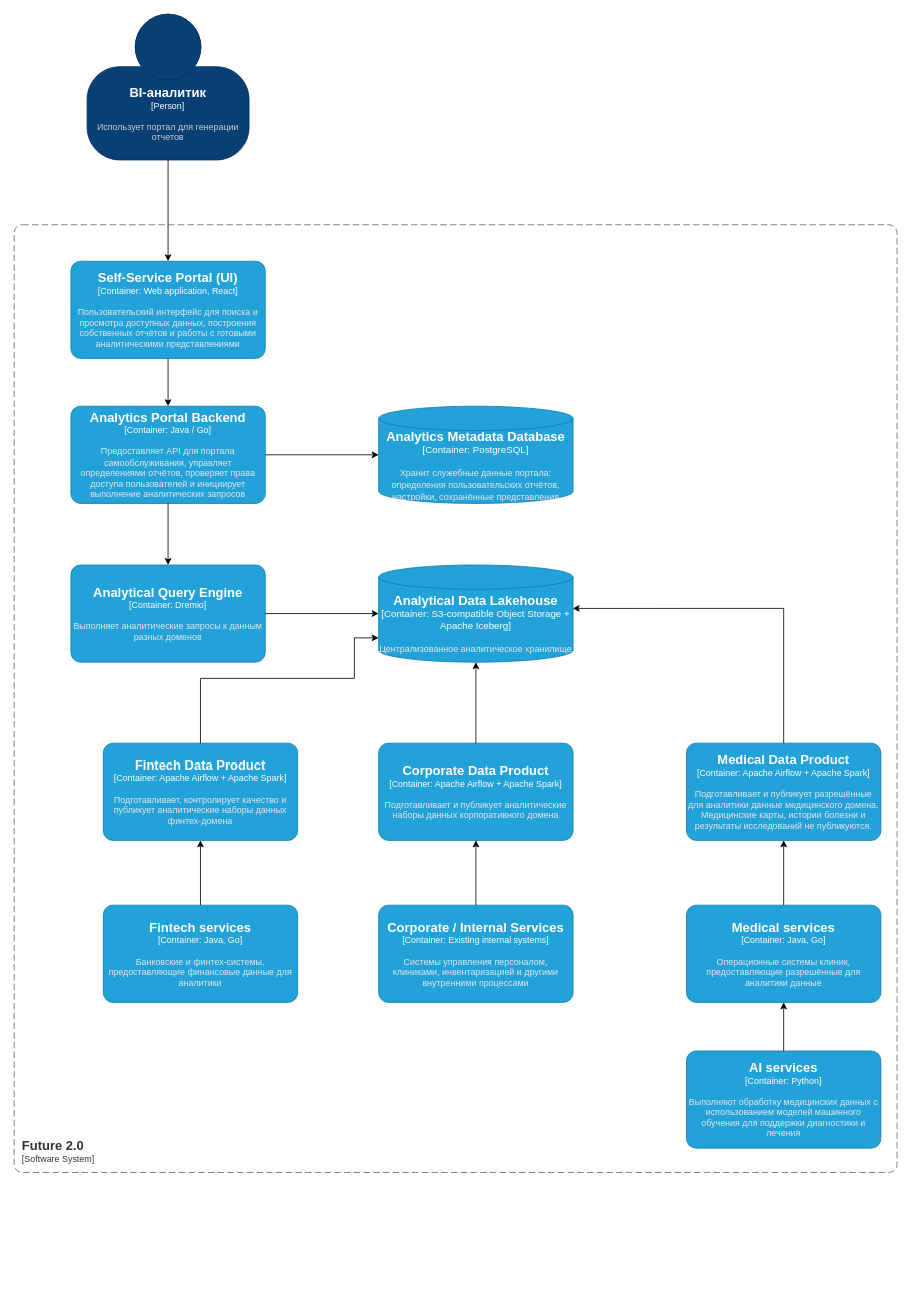
The draw.io diagram Task1/с4-containers.drawio in nastarkov/architecture-future_2_0, before the edit. Source tidied: cells renumbered, new cells numbered last; positions are measured from the earlier drawing's top-left corner, leaving out a move shared by most shapes. Both pictures are drawn from the tidied source at 81%, with x=0, y=0 at pixel (14, 14).
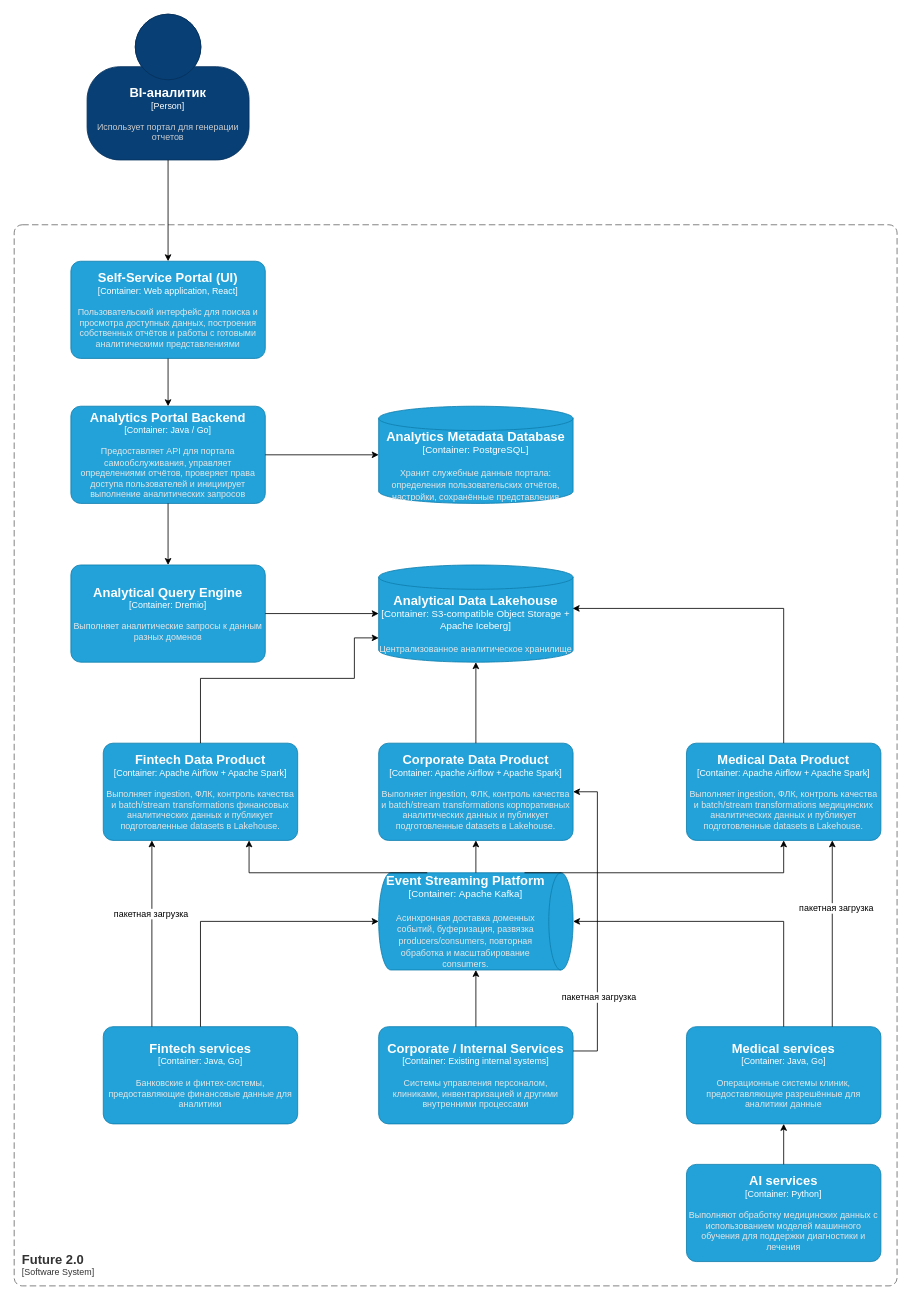
The same diagram, later.

Commit message:
Update Task1 container diagram

Diff of the diagram source:
```diff
@@
     <object id="3" label="&lt;font style=&quot;font-size: 16px&quot;&gt;&lt;b&gt;&lt;div style=&quot;text-align: left&quot;&gt;%c4Name%&lt;/div&gt;&lt;/b&gt;&lt;/font&gt;&lt;div style=&quot;text-align: left&quot;&gt;[%c4Application%]&lt;/div&gt;" c4Application="Software System" c4Name="Future 2.0" placeholders="1">
       <mxCell style="rounded=1;fontSize=11;whiteSpace=wrap;html=1;dashed=1;arcSize=20;fillColor=none;strokeColor=#666666;fontColor=#333333;labelBackgroundColor=none;align=left;verticalAlign=bottom;labelBorderColor=none;spacingTop=0;spacing=10;dashPattern=8 4;perimeter=rectanglePerimeter;noLabel=0;labelPadding=0;absoluteArcSize=1;" parent="1" vertex="1">
-        <mxGeometry y="260" width="1090" height="1170" as="geometry" />
+        <mxGeometry y="260" width="1090" height="1310" as="geometry" />
       </mxCell>
     </object>
@@
     <object id="14" label="&lt;font style=&quot;font-size: 16px&quot;&gt;&lt;b&gt;%c4Name%&lt;/b&gt;&lt;/font&gt;&lt;div&gt;[%c4Type%: %c4Technology%]&lt;/div&gt;&lt;br&gt;&lt;div&gt;&lt;font style=&quot;font-size: 11px&quot;&gt;&lt;font color=&quot;#E6E6E6&quot;&gt;%c4Description%&lt;/font&gt;&lt;/div&gt;" c4Description="Системы управления персоналом, клиниками, инвентаризацией и другими внутренними процессами" c4Name="Corporate / Internal Services" c4Technology="Existing internal systems" c4Type="Container" placeholders="1">
       <mxCell style="rounded=1;whiteSpace=wrap;html=1;fontSize=11;labelBackgroundColor=none;fillColor=#23A2D9;fontColor=#ffffff;align=center;arcSize=10;strokeColor=#0E7DAD;points=[[0.25,0,0],[0.5,0,0],[0.75,0,0],[1,0.25,0],[1,0.5,0],[1,0.75,0],[0.75,1,0],[0.5,1,0],[0.25,1,0],[0,0.75,0],[0,0.5,0],[0,0.25,0]];" parent="1" vertex="1">
-        <mxGeometry x="450" y="1100" width="240" height="120" as="geometry" />
+        <mxGeometry x="450" y="1250" width="240" height="120" as="geometry" />
       </mxCell>
     </object>
     <object id="15" label="&lt;font style=&quot;font-size: 16px&quot;&gt;&lt;b&gt;%c4Name%&lt;/b&gt;&lt;/font&gt;&lt;div&gt;[%c4Type%: %c4Technology%]&lt;/div&gt;&lt;br&gt;&lt;div&gt;&lt;font style=&quot;font-size: 11px&quot;&gt;&lt;font color=&quot;#E6E6E6&quot;&gt;%c4Description%&lt;/font&gt;&lt;/div&gt;" c4Description="Банковские и финтех-системы, предоставляющие финансовые данные для аналитики" c4Name="Fintech services" c4Technology="Java, Go" c4Type="Container" placeholders="1">
       <mxCell style="rounded=1;whiteSpace=wrap;html=1;fontSize=11;labelBackgroundColor=none;fillColor=#23A2D9;fontColor=#ffffff;align=center;arcSize=10;strokeColor=#0E7DAD;points=[[0.25,0,0],[0.5,0,0],[0.75,0,0],[1,0.25,0],[1,0.5,0],[1,0.75,0],[0.75,1,0],[0.5,1,0],[0.25,1,0],[0,0.75,0],[0,0.5,0],[0,0.25,0]];" parent="1" vertex="1">
-        <mxGeometry x="110" y="1100" width="240" height="120" as="geometry" />
+        <mxGeometry x="110" y="1250" width="240" height="120" as="geometry" />
       </mxCell>
     </object>
     <object id="16" label="&lt;font style=&quot;font-size: 16px&quot;&gt;&lt;b&gt;%c4Name%&lt;/b&gt;&lt;/font&gt;&lt;div&gt;[%c4Type%: %c4Technology%]&lt;/div&gt;&lt;br&gt;&lt;div&gt;&lt;font style=&quot;font-size: 11px&quot;&gt;&lt;font color=&quot;#E6E6E6&quot;&gt;%c4Description%&lt;/font&gt;&lt;/div&gt;" c4Description="Операционные системы клиник, предоставляющие разрешённые для аналитики данные" c4Name="Medical services" c4Technology="Java, Go" c4Type="Container" placeholders="1">
       <mxCell style="rounded=1;whiteSpace=wrap;html=1;fontSize=11;labelBackgroundColor=none;fillColor=#23A2D9;fontColor=#ffffff;align=center;arcSize=10;strokeColor=#0E7DAD;points=[[0.25,0,0],[0.5,0,0],[0.75,0,0],[1,0.25,0],[1,0.5,0],[1,0.75,0],[0.75,1,0],[0.5,1,0],[0.25,1,0],[0,0.75,0],[0,0.5,0],[0,0.25,0]];" parent="1" vertex="1">
-        <mxGeometry x="830" y="1100" width="240" height="120" as="geometry" />
+        <mxGeometry x="830" y="1250" width="240" height="120" as="geometry" />
       </mxCell>
     </object>
     <object id="17" label="&lt;font style=&quot;font-size: 16px&quot;&gt;&lt;b&gt;%c4Name%&lt;/b&gt;&lt;/font&gt;&lt;div&gt;[%c4Type%: %c4Technology%]&lt;/div&gt;&lt;br&gt;&lt;div&gt;&lt;font style=&quot;font-size: 11px&quot;&gt;&lt;font color=&quot;#E6E6E6&quot;&gt;%c4Description%&lt;/font&gt;&lt;/div&gt;" c4Description="Выполняют обработку медицинских данных с использованием моделей машинного обучения для поддержки диагностики и лечения" c4Name="AI services" c4Technology="Python" c4Type="Container" placeholders="1">
       <mxCell style="rounded=1;whiteSpace=wrap;html=1;fontSize=11;labelBackgroundColor=none;fillColor=#23A2D9;fontColor=#ffffff;align=center;arcSize=10;strokeColor=#0E7DAD;points=[[0.25,0,0],[0.5,0,0],[0.75,0,0],[1,0.25,0],[1,0.5,0],[1,0.75,0],[0.75,1,0],[0.5,1,0],[0.25,1,0],[0,0.75,0],[0,0.5,0],[0,0.25,0]];" parent="1" vertex="1">
-        <mxGeometry x="830" y="1280" width="240" height="120" as="geometry" />
+        <mxGeometry x="830" y="1420" width="240" height="120" as="geometry" />
       </mxCell>
     </object>
@@
-    <object id="19" label="&lt;font style=&quot;font-size: 16px&quot;&gt;&lt;b&gt;%c4Name%&lt;/b&gt;&lt;/font&gt;&lt;div&gt;[%c4Type%: %c4Technology%]&lt;/div&gt;&lt;br&gt;&lt;div&gt;&lt;font style=&quot;font-size: 11px&quot;&gt;&lt;font color=&quot;#E6E6E6&quot;&gt;%c4Description%&lt;/font&gt;&lt;/div&gt;" c4Description="Подготавливает, контролирует качество и публикует аналитические наборы данных финтех-домена" c4Name="Fintech Data Product" c4Technology="Apache Airflow + Apache Spark" c4Type="Container" placeholders="1">
+    <object id="19" label="&lt;font style=&quot;font-size: 16px&quot;&gt;&lt;b&gt;%c4Name%&lt;/b&gt;&lt;/font&gt;&lt;div&gt;[%c4Type%: %c4Technology%]&lt;/div&gt;&lt;br&gt;&lt;div&gt;&lt;font style=&quot;font-size: 11px&quot;&gt;&lt;font color=&quot;#E6E6E6&quot;&gt;%c4Description%&lt;/font&gt;&lt;/div&gt;" c4Description="Выполняет ingestion, ФЛК, контроль качества и batch/stream transformations финансовых аналитических данных и публикует подготовленные datasets в Lakehouse." c4Name="Fintech Data Product" c4Technology="Apache Airflow + Apache Spark" c4Type="Container" placeholders="1">
       <mxCell style="rounded=1;whiteSpace=wrap;html=1;fontSize=11;labelBackgroundColor=none;fillColor=#23A2D9;fontColor=#ffffff;align=center;arcSize=10;strokeColor=#0E7DAD;points=[[0.25,0,0],[0.5,0,0],[0.75,0,0],[1,0.25,0],[1,0.5,0],[1,0.75,0],[0.75,1,0],[0.5,1,0],[0.25,1,0],[0,0.75,0],[0,0.5,0],[0,0.25,0]];" parent="1" vertex="1">
         <mxGeometry x="110" y="900" width="240" height="120" as="geometry" />
       </mxCell>
     </object>
-    <mxCell id="20" style="edgeStyle=orthogonalEdgeStyle;rounded=0;jettySize=auto;html=1;entryX=0.5;entryY=1;entryDx=0;entryDy=0;entryPerimeter=0;" parent="1" edge="1" source="15" target="19">
-      <mxGeometry relative="1" as="geometry" />
+    <mxCell id="20" style="edgeStyle=orthogonalEdgeStyle;rounded=0;jettySize=auto;html=1;entryX=0.5;entryY=1;entryDx=0;entryDy=0;entryPerimeter=0;" parent="1" edge="1" source="15" target="28">
+      <mxGeometry relative="1" as="geometry">
+        <Array as="points">
+          <mxPoint x="230" y="1120" />
+        </Array>
+      </mxGeometry>
     </mxCell>
-    <object id="21" label="&lt;font style=&quot;font-size: 16px&quot;&gt;&lt;b&gt;%c4Name%&lt;/b&gt;&lt;/font&gt;&lt;div&gt;[%c4Type%: %c4Technology%]&lt;/div&gt;&lt;br&gt;&lt;div&gt;&lt;font style=&quot;font-size: 11px&quot;&gt;&lt;font color=&quot;#E6E6E6&quot;&gt;%c4Description%&lt;/font&gt;&lt;/div&gt;" c4Description="Подготавливает и публикует аналитические наборы данных корпоративного домена" c4Name="Corporate Data Product" c4Technology="Apache Airflow + Apache Spark" c4Type="Container" placeholders="1">
+    <object id="21" label="&lt;font style=&quot;font-size: 16px&quot;&gt;&lt;b&gt;%c4Name%&lt;/b&gt;&lt;/font&gt;&lt;div&gt;[%c4Type%: %c4Technology%]&lt;/div&gt;&lt;br&gt;&lt;div&gt;&lt;font style=&quot;font-size: 11px&quot;&gt;&lt;font color=&quot;#E6E6E6&quot;&gt;%c4Description%&lt;/font&gt;&lt;/div&gt;" c4Description="Выполняет ingestion, ФЛК, контроль качества и batch/stream transformations корпоративных аналитических данных и публикует подготовленные datasets в Lakehouse." c4Name="Corporate Data Product" c4Technology="Apache Airflow + Apache Spark" c4Type="Container" placeholders="1">
       <mxCell style="rounded=1;whiteSpace=wrap;html=1;fontSize=11;labelBackgroundColor=none;fillColor=#23A2D9;fontColor=#ffffff;align=center;arcSize=10;strokeColor=#0E7DAD;points=[[0.25,0,0],[0.5,0,0],[0.75,0,0],[1,0.25,0],[1,0.5,0],[1,0.75,0],[0.75,1,0],[0.5,1,0],[0.25,1,0],[0,0.75,0],[0,0.5,0],[0,0.25,0]];" parent="1" vertex="1">
         <mxGeometry x="450" y="900" width="240" height="120" as="geometry" />
       </mxCell>
     </object>
-    <object id="22" label="&lt;font style=&quot;font-size: 16px&quot;&gt;&lt;b&gt;%c4Name%&lt;/b&gt;&lt;/font&gt;&lt;div&gt;[%c4Type%: %c4Technology%]&lt;/div&gt;&lt;br&gt;&lt;div&gt;&lt;font style=&quot;font-size: 11px&quot;&gt;&lt;font color=&quot;#E6E6E6&quot;&gt;%c4Description%&lt;/font&gt;&lt;/div&gt;" c4Description="Подготавливает и публикует разрешённые для аналитики данные медицинского домена. Медицинские карты, истории болезни и результаты исследований не публикуются." c4Name="Medical Data Product" c4Technology="Apache Airflow + Apache Spark" c4Type="Container" placeholders="1">
+    <object id="22" label="&lt;font style=&quot;font-size: 16px&quot;&gt;&lt;b&gt;%c4Name%&lt;/b&gt;&lt;/font&gt;&lt;div&gt;[%c4Type%: %c4Technology%]&lt;/div&gt;&lt;br&gt;&lt;div&gt;&lt;font style=&quot;font-size: 11px&quot;&gt;&lt;font color=&quot;#E6E6E6&quot;&gt;%c4Description%&lt;/font&gt;&lt;/div&gt;" c4Description="Выполняет ingestion, ФЛК, контроль качества и batch/stream transformations медицинских аналитических данных и публикует подготовленные datasets в Lakehouse." c4Name="Medical Data Product" c4Technology="Apache Airflow + Apache Spark" c4Type="Container" placeholders="1">
       <mxCell style="rounded=1;whiteSpace=wrap;html=1;fontSize=11;labelBackgroundColor=none;fillColor=#23A2D9;fontColor=#ffffff;align=center;arcSize=10;strokeColor=#0E7DAD;points=[[0.25,0,0],[0.5,0,0],[0.75,0,0],[1,0.25,0],[1,0.5,0],[1,0.75,0],[0.75,1,0],[0.5,1,0],[0.25,1,0],[0,0.75,0],[0,0.5,0],[0,0.25,0]];" parent="1" vertex="1">
         <mxGeometry x="830" y="900" width="240" height="120" as="geometry" />
       </mxCell>
     </object>
-    <mxCell id="23" style="edgeStyle=orthogonalEdgeStyle;rounded=0;jettySize=auto;html=1;entryX=0.5;entryY=1;entryDx=0;entryDy=0;entryPerimeter=0;" parent="1" edge="1" source="14" target="21">
-      <mxGeometry relative="1" as="geometry" />
-    </mxCell>
-    <mxCell id="24" style="edgeStyle=orthogonalEdgeStyle;rounded=0;jettySize=auto;html=1;entryX=0.5;entryY=1;entryDx=0;entryDy=0;entryPerimeter=0;" parent="1" edge="1" source="16" target="22">
-      <mxGeometry relative="1" as="geometry" />
+    <mxCell id="24" style="edgeStyle=orthogonalEdgeStyle;rounded=0;jettySize=auto;html=1;entryX=0.5;entryY=0;entryDx=0;entryDy=0;entryPerimeter=0;" parent="1" edge="1" source="16" target="28">
+      <mxGeometry relative="1" as="geometry">
+        <Array as="points">
+          <mxPoint x="950" y="1120" />
+        </Array>
+      </mxGeometry>
     </mxCell>
@@
+    <object id="28" label="&lt;font style=&quot;font-size: 16px&quot;&gt;&lt;b&gt;%c4Name%&lt;/b&gt;&lt;/font&gt;&lt;div&gt;[%c4Type%:&amp;nbsp;%c4Technology%]&lt;/div&gt;&lt;br&gt;&lt;div&gt;&lt;font style=&quot;font-size: 11px&quot;&gt;&lt;font color=&quot;#E6E6E6&quot;&gt;%c4Description%&lt;/font&gt;&lt;/div&gt;" c4Description="Асинхронная доставка доменных событий, буферизация, развязка producers/consumers, повторная обработка и масштабирование consumers." c4Name="Event Streaming Platform" c4Technology="Apache Kafka" c4Type="Container" placeholders="1">
+      <mxCell style="shape=cylinder3;size=15;direction=south;whiteSpace=wrap;html=1;boundedLbl=1;rounded=0;labelBackgroundColor=none;fillColor=#23A2D9;fontSize=12;fontColor=#ffffff;align=center;strokeColor=#0E7DAD;points=[[0.5,0,0],[1,0.25,0],[1,0.5,0],[1,0.75,0],[0.5,1,0],[0,0.75,0],[0,0.5,0],[0,0.25,0]];" parent="1" vertex="1">
+        <mxGeometry x="450" y="1060" width="240" height="120" as="geometry" />
+      </mxCell>
+    </object>
+    <mxCell id="29" style="edgeStyle=none;html=1;entryX=1;entryY=0.5;entryDx=0;entryDy=0;entryPerimeter=0;" parent="1" edge="1" source="14" target="28">
+      <mxGeometry relative="1" as="geometry" />
+    </mxCell>
+    <mxCell id="30" style="edgeStyle=none;html=1;entryX=0.5;entryY=1;entryDx=0;entryDy=0;entryPerimeter=0;" parent="1" edge="1" source="28" target="21">
+      <mxGeometry relative="1" as="geometry" />
+    </mxCell>
+    <mxCell id="31" style="edgeStyle=orthogonalEdgeStyle;rounded=0;jettySize=auto;html=1;entryX=0.75;entryY=1;entryDx=0;entryDy=0;entryPerimeter=0;exitX=0;exitY=0.75;exitDx=0;exitDy=0;exitPerimeter=0;" parent="1" edge="1" source="28" target="19">
+      <mxGeometry relative="1" as="geometry">
+        <Array as="points">
+          <mxPoint x="290" y="1060" />
+        </Array>
+      </mxGeometry>
+    </mxCell>
+    <mxCell id="32" style="edgeStyle=orthogonalEdgeStyle;rounded=0;jettySize=auto;html=1;entryX=0.5;entryY=1;entryDx=0;entryDy=0;entryPerimeter=0;exitX=0;exitY=0.25;exitDx=0;exitDy=0;exitPerimeter=0;" parent="1" edge="1" source="28" target="22">
+      <mxGeometry relative="1" as="geometry">
+        <Array as="points">
+          <mxPoint x="950" y="1060" />
+        </Array>
+      </mxGeometry>
+    </mxCell>
+    <mxCell id="33" style="edgeStyle=none;html=1;exitX=0.25;exitY=0;exitDx=0;exitDy=0;exitPerimeter=0;entryX=0.25;entryY=1;entryDx=0;entryDy=0;entryPerimeter=0;" parent="1" edge="1" source="15" target="19">
+      <mxGeometry relative="1" as="geometry" />
+    </mxCell>
+    <mxCell id="34" value="пакетная загрузка" style="edgeLabel;html=1;align=center;verticalAlign=middle;" parent="33" vertex="1">
+      <mxGeometry x="0.22" y="2" relative="1" as="geometry" />
+    </mxCell>
+    <mxCell id="35" style="edgeStyle=none;html=1;exitX=0.75;exitY=0;exitDx=0;exitDy=0;exitPerimeter=0;entryX=0.75;entryY=1;entryDx=0;entryDy=0;entryPerimeter=0;" parent="1" edge="1" source="16" target="22">
+      <mxGeometry relative="1" as="geometry" />
+    </mxCell>
+    <mxCell id="36" value="&lt;span style=&quot;color: rgb(0, 0, 0);&quot;&gt;пакетная загрузка&lt;/span&gt;" style="edgeLabel;html=1;align=center;verticalAlign=middle;" parent="35" vertex="1">
+      <mxGeometry x="0.28" y="-4" relative="1" as="geometry" />
+    </mxCell>
+    <mxCell id="23" style="edgeStyle=orthogonalEdgeStyle;rounded=0;jettySize=auto;html=1;entryX=1;entryY=0.5;entryDx=0;entryDy=0;entryPerimeter=0;exitX=1;exitY=0.25;exitDx=0;exitDy=0;exitPerimeter=0;" parent="1" edge="1" source="14" target="21">
+      <mxGeometry relative="1" as="geometry">
+        <Array as="points">
+          <mxPoint x="720" y="1280" />
+          <mxPoint x="720" y="960" />
+        </Array>
+      </mxGeometry>
+    </mxCell>
+    <mxCell id="37" value="&lt;span style=&quot;color: rgb(0, 0, 0);&quot;&gt;пакетная загрузка&lt;/span&gt;" style="edgeLabel;html=1;align=center;verticalAlign=middle;" parent="23" vertex="1">
+      <mxGeometry x="-0.49" y="-1" relative="1" as="geometry" />
+    </mxCell>
```
